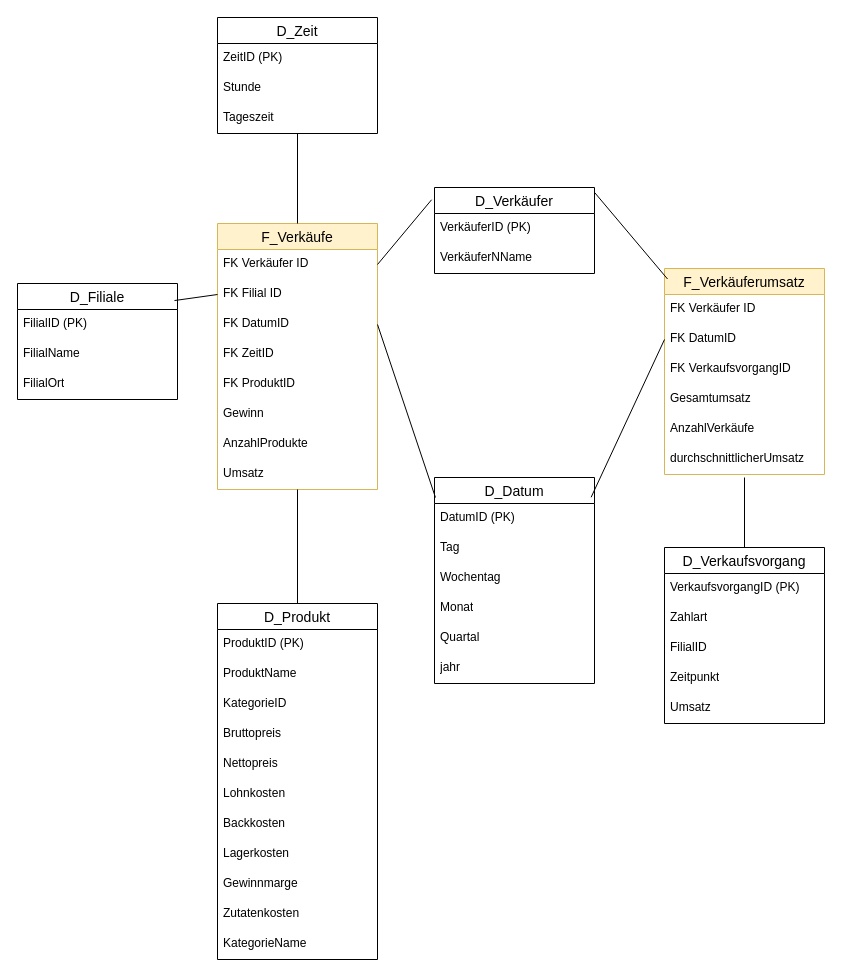
This is Galaxyschema_BrotZeit.drawio from Thoerchen/BackZeit, a draw.io file, before an edit. Source tidied: cells renumbered, new cells numbered last; positions are measured from the earlier drawing's top-left corner, leaving out a move shared by most shapes. Both pictures are drawn from the tidied source at 100%, with x=0, y=0 at pixel (17, 17).
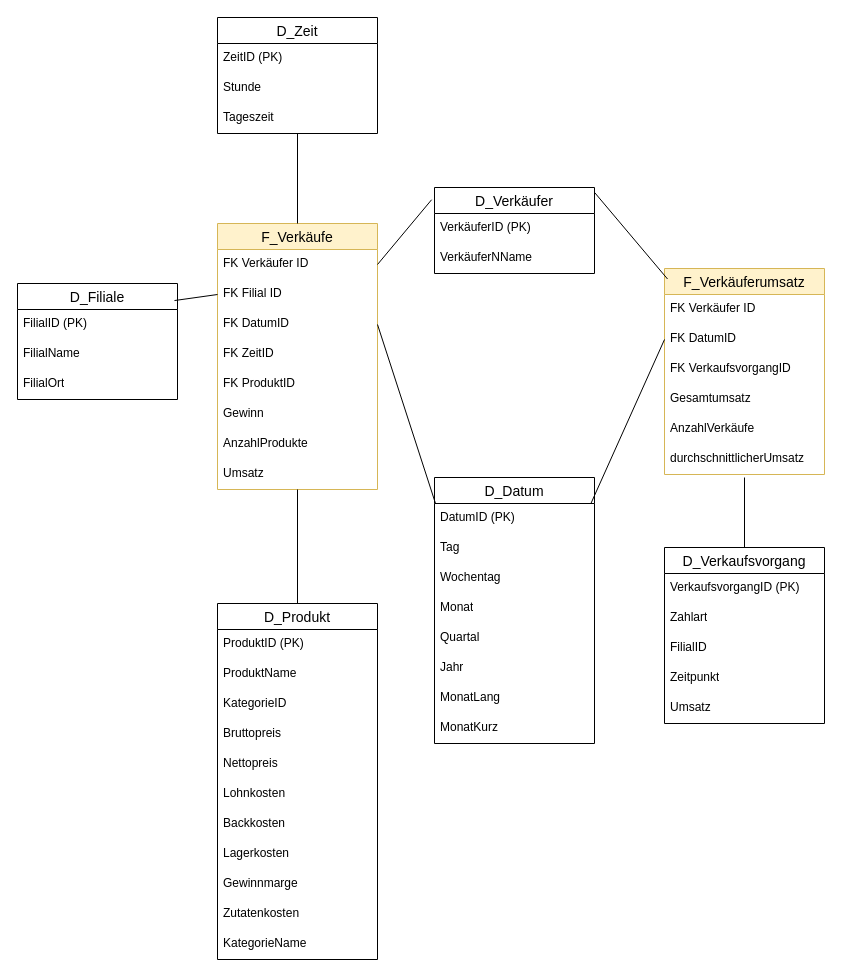
The same diagram, later.

Commit message (it also covers changes not shown here):
Kleine Anpassungen

Change to the diagram source:
```diff
@@
     <mxCell id="18" value="D_Datum" style="swimlane;fontStyle=0;horizontal=1;startSize=26;align=center;fontSize=14;" parent="1" vertex="1">
-      <mxGeometry x="417" y="460" width="160" height="206" as="geometry" />
+      <mxGeometry x="417" y="460" width="160" height="266" as="geometry" />
     </mxCell>
@@
-    <mxCell id="24" value="jahr" style="text;strokeColor=none;fillColor=none;spacingLeft=4;spacingRight=4;overflow=hidden;fontSize=12;whiteSpace=wrap;html=1;" parent="18" vertex="1">
+    <mxCell id="24" value="Jahr" style="text;strokeColor=none;fillColor=none;spacingLeft=4;spacingRight=4;overflow=hidden;fontSize=12;whiteSpace=wrap;html=1;" parent="18" vertex="1">
       <mxGeometry y="176" width="160" height="30" as="geometry" />
     </mxCell>
+    <mxCell id="62" value="MonatLang" style="text;strokeColor=none;fillColor=none;spacingLeft=4;spacingRight=4;overflow=hidden;fontSize=12;whiteSpace=wrap;html=1;" parent="18" vertex="1">
+      <mxGeometry y="206" width="160" height="30" as="geometry" />
+    </mxCell>
+    <mxCell id="63" value="MonatKurz" style="text;strokeColor=none;fillColor=none;spacingLeft=4;spacingRight=4;overflow=hidden;fontSize=12;whiteSpace=wrap;html=1;" parent="18" vertex="1">
+      <mxGeometry y="236" width="160" height="30" as="geometry" />
+    </mxCell>
```
